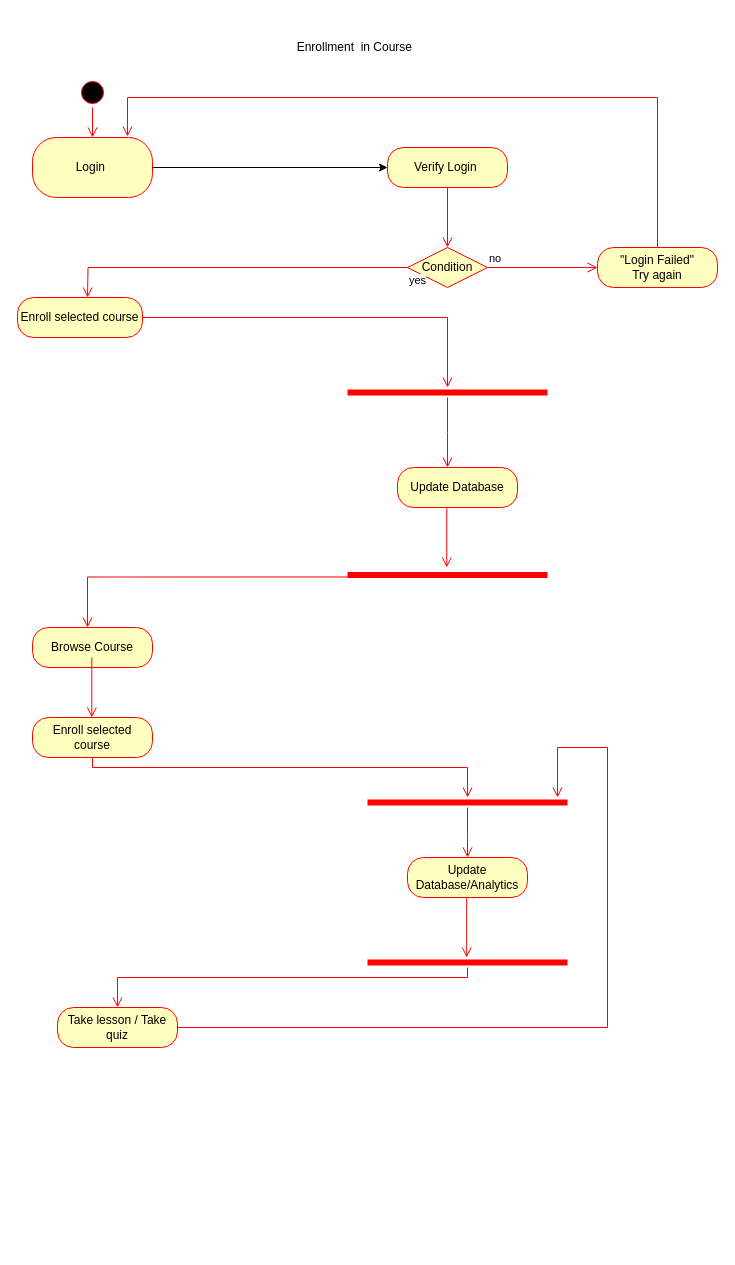
Before: Activity Diagram.drawio in ahmed-elmasryy/SkillForge-UML-Design, a draw.io diagram. Source tidied: cells renumbered, new cells numbered last; positions are measured from the earlier drawing's top-left corner, leaving out a move shared by most shapes. Both pictures are drawn from the tidied source at 100%, with x=0, y=0 at pixel (17, 17).
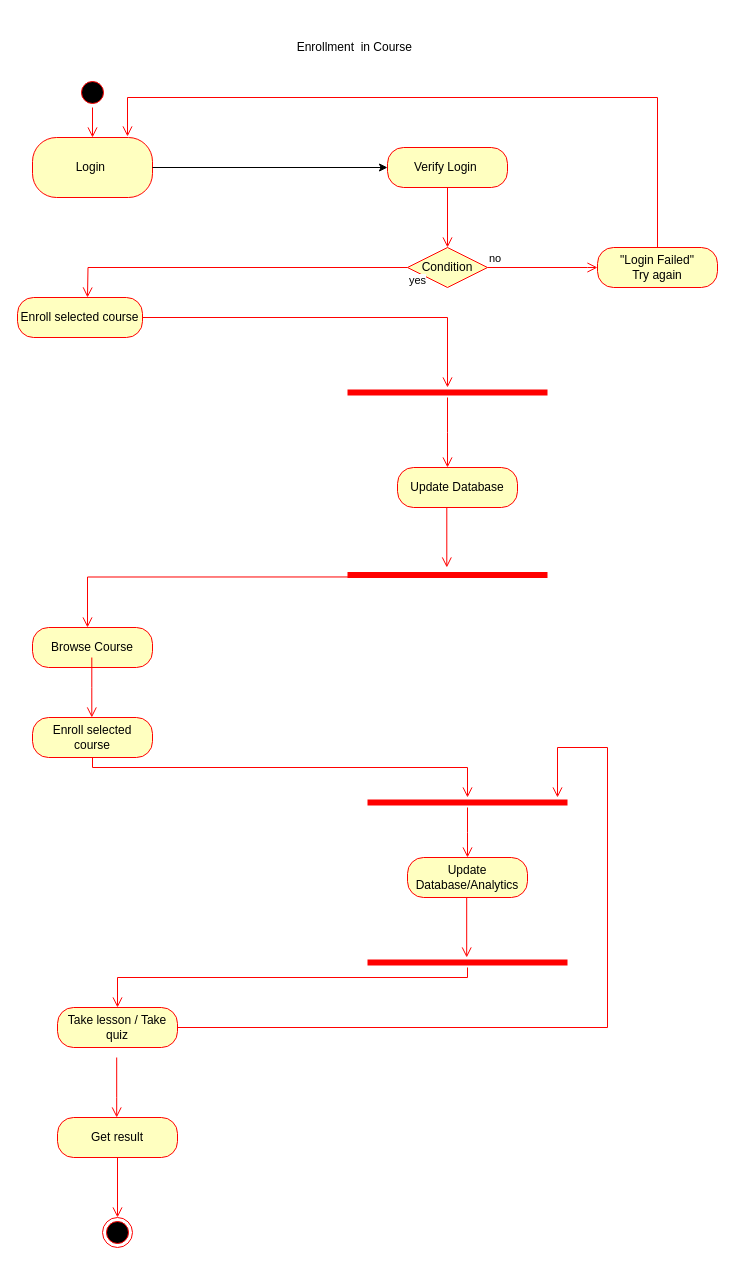
The same page after the edit.

What changed in the source:
```diff
@@
+    <mxCell id="34" value="Get result" style="rounded=1;whiteSpace=wrap;html=1;arcSize=40;fontColor=#000000;fillColor=#ffffc0;strokeColor=#ff0000;" parent="1" vertex="1">
+      <mxGeometry x="40" y="1100" width="120" height="40" as="geometry" />
+    </mxCell>
+    <mxCell id="35" style="edgeStyle=orthogonalEdgeStyle;html=1;verticalAlign=bottom;endArrow=open;endSize=8;strokeColor=#ff0000;rounded=0;" parent="1" edge="1" source="34">
+      <mxGeometry relative="1" as="geometry">
+        <mxPoint x="100" y="1200" as="targetPoint" />
+        <Array as="points">
+          <mxPoint x="100" y="1200" />
+          <mxPoint x="100" y="1200" />
+        </Array>
+      </mxGeometry>
+    </mxCell>
+    <mxCell id="36" style="edgeStyle=orthogonalEdgeStyle;html=1;verticalAlign=bottom;endArrow=open;endSize=8;strokeColor=#ff0000;rounded=0;" parent="1" edge="1">
+      <mxGeometry relative="1" as="geometry">
+        <mxPoint x="99.2" y="1040" as="sourcePoint" />
+        <mxPoint x="99.2" y="1100" as="targetPoint" />
+        <Array as="points">
+          <mxPoint x="99.2" y="1080" />
+          <mxPoint x="99.2" y="1080" />
+        </Array>
+      </mxGeometry>
+    </mxCell>
+    <mxCell id="37" style="ellipse;html=1;shape=endState;fillColor=#000000;strokeColor=#ff0000;" parent="1" vertex="1">
+      <mxGeometry x="85" y="1200" width="30" height="30" as="geometry" />
+    </mxCell>
```
